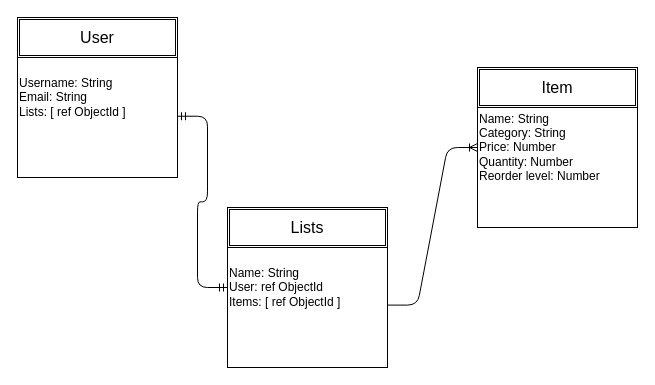
Before: erd.drawio in isaiahcolson/inventory-tracker, a draw.io diagram. Source tidied: cells renumbered, new cells numbered last; positions are measured from the earlier drawing's top-left corner, leaving out a move shared by most shapes. Both pictures are drawn from the tidied source at 100%, with x=0, y=0 at pixel (17, 17).
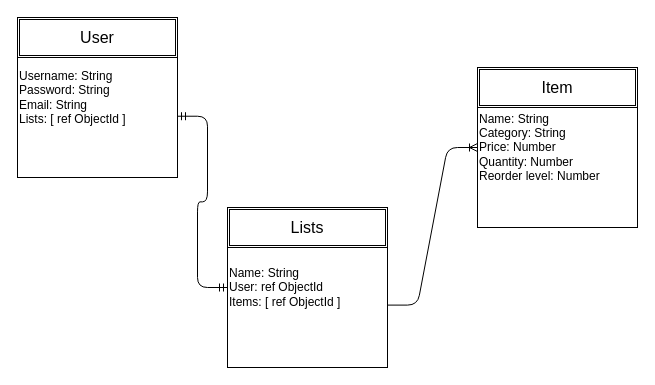
The same page after the edit.

Commit message:
added Password field to User on ERD

What changed in the source:
```diff
@@
 <mxGraphModel>
   <root>
     <mxCell id="0" />
     <mxCell id="1" parent="0" />
-    <mxCell id="2" value="Username: String&lt;br&gt;Email: String&lt;br&gt;Lists: [ ref ObjectId ]&lt;br&gt;" style="whiteSpace=wrap;html=1;align=left;" parent="1" vertex="1">
+    <mxCell id="2" value="Username: String&lt;br&gt;Password: String&lt;br&gt;Email: String&lt;br&gt;Lists: [ ref ObjectId ]" style="whiteSpace=wrap;html=1;align=left;" parent="1" vertex="1">
       <mxGeometry width="160" height="160" as="geometry" />
     </mxCell>
     <mxCell id="3" value="User" style="shape=ext;double=1;rounded=0;whiteSpace=wrap;html=1;fontSize=16;" parent="1" vertex="1">
       <mxGeometry width="160" height="40" as="geometry" />
     </mxCell>
     <mxCell id="4" value="Name: String&lt;br&gt;User: ref ObjectId&lt;br&gt;Items: [ ref ObjectId ]" style="whiteSpace=wrap;html=1;align=left;" parent="1" vertex="1">
       <mxGeometry x="210" y="190" width="160" height="160" as="geometry" />
     </mxCell>
     <mxCell id="5" value="Name: String&lt;br&gt;Category: String&lt;br&gt;Price: Number&lt;br&gt;Quantity: Number&lt;br&gt;Reorder level: Number" style="whiteSpace=wrap;html=1;align=left;" parent="1" vertex="1">
       <mxGeometry x="460" y="50" width="160" height="160" as="geometry" />
     </mxCell>
     <mxCell id="6" value="Item" style="shape=ext;double=1;rounded=0;whiteSpace=wrap;html=1;fontSize=16;" parent="1" vertex="1">
       <mxGeometry x="460" y="50" width="160" height="40" as="geometry" />
     </mxCell>
     <mxCell id="7" value="Lists" style="shape=ext;double=1;rounded=0;whiteSpace=wrap;html=1;fontSize=16;" parent="1" vertex="1">
       <mxGeometry x="210" y="190" width="160" height="40" as="geometry" />
     </mxCell>
     <mxCell id="8" style="edgeStyle=entityRelationEdgeStyle;fontSize=12;html=1;endArrow=ERmandOne;startArrow=ERmandOne;exitX=1;exitY=0.617;exitDx=0;exitDy=0;exitPerimeter=0;entryX=0;entryY=0.5;entryDx=0;entryDy=0;" parent="1" edge="1" source="2" target="4">
       <mxGeometry relative="1" as="geometry" />
     </mxCell>
     <mxCell id="9" style="edgeStyle=entityRelationEdgeStyle;fontSize=12;html=1;endArrow=ERoneToMany;exitX=1;exitY=0.61;exitDx=0;exitDy=0;entryX=0;entryY=0.5;entryDx=0;entryDy=0;exitPerimeter=0;" parent="1" edge="1" source="4" target="5">
       <mxGeometry relative="1" as="geometry" />
     </mxCell>
   </root>
 </mxGraphModel>
```
